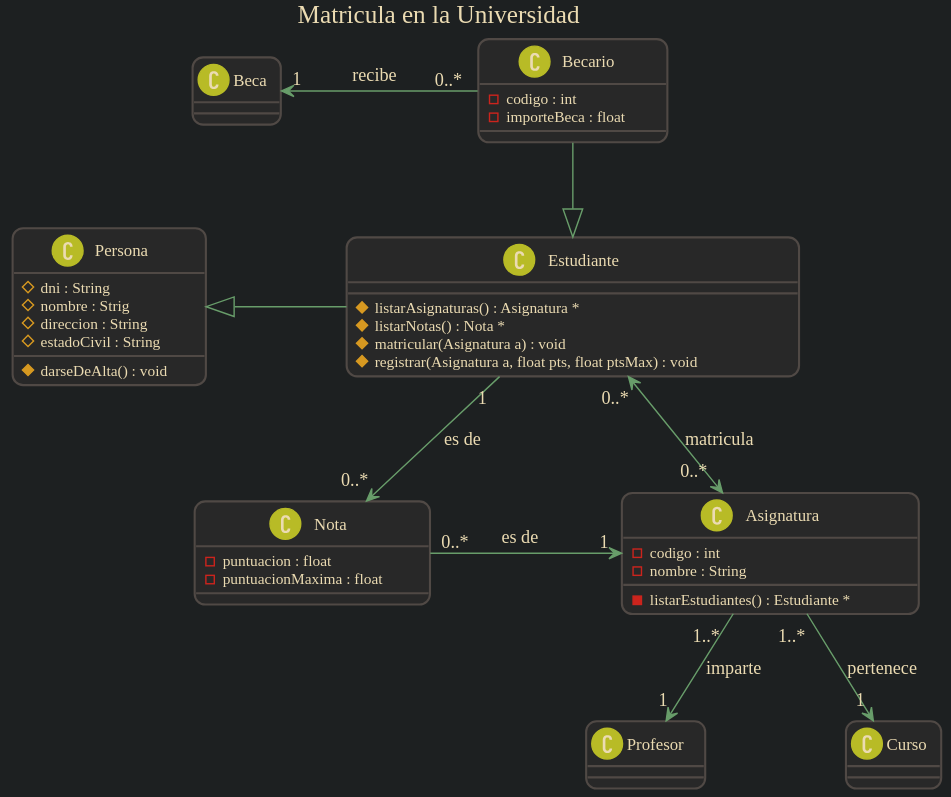
Before: ENDE/Practicas/uml/generated/MatriculaEnLaUniversidad.svg, a diagram exported from PlantUML (s1dam-azarquiel-2021/apuntes-y-practicas). Source of this version:
```plantuml
@startuml
title Matricula en la Universidad

!include plantuml-config.txt

class Persona {
        # dni : String
        # nombre : Strig
        # direccion : String
        # estadoCivil : String
        # darseDeAlta() : void
}

class Estudiante {
        # listarAsignaturas() : Asignatura *
        # listarNotas() : Nota *
        # matricular(Asignatura a) : void
        # registrar(Asignatura a, float pts, float ptsMax) : void
}

class Asignatura {
        - codigo : int
        - nombre : String
        - listarEstudiantes() : Estudiante *
}

class Nota {
        - puntuacion : float
        - puntuacionMaxima : float
}

class Becario {
        - codigo : int
        - importeBeca : float
}

class Beca
class Profesor
class Curso

skinparam Nodesep 100

Persona <|- Estudiante

Estudiante <|-u- Becario
Estudiante "0..*" <--> "0..*" Asignatura : matricula

Becario "0..*" -l> "1" Beca : recibe

Asignatura "1..*" --> "1" Profesor : imparte
Asignatura "1..*" --> "1" Curso : pertenece

Nota "0..*" -r-> "1" Asignatura : es de
Nota "0..*" <-u- "1" Estudiante : es de
@enduml
```
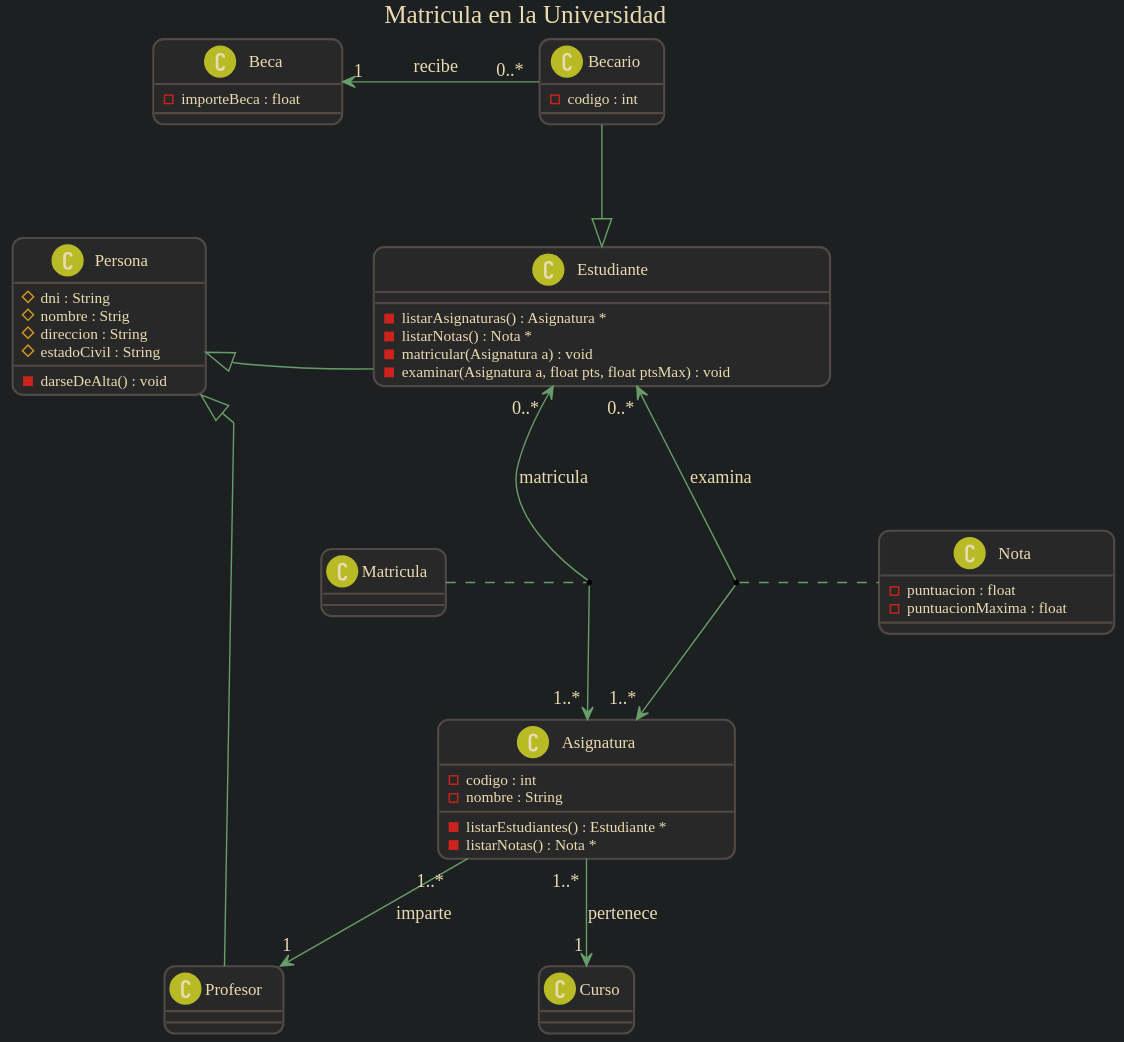
Later version of the same file.

Commit message:
[refactor] Corrected Ejercicio2 - uml

Diff of the diagram source:
```diff
@@ -8,20 +8,21 @@
         # nombre : Strig
         # direccion : String
         # estadoCivil : String
-        # darseDeAlta() : void
+        - darseDeAlta() : void
 }
 
 class Estudiante {
-        # listarAsignaturas() : Asignatura *
-        # listarNotas() : Nota *
-        # matricular(Asignatura a) : void
-        # registrar(Asignatura a, float pts, float ptsMax) : void
+        - listarAsignaturas() : Asignatura *
+        - listarNotas() : Nota *
+        - matricular(Asignatura a) : void
+        - examinar(Asignatura a, float pts, float ptsMax) : void
 }
 
 class Asignatura {
         - codigo : int
         - nombre : String
         - listarEstudiantes() : Estudiante *
+        - listarNotas() : Nota *
 }
 
 class Nota {
@@ -31,10 +32,14 @@
 
 class Becario {
         - codigo : int
+}
+
+class Beca {
         - importeBeca : float
 }
 
-class Beca
+class Matricula
+
 class Profesor
 class Curso
 
@@ -43,13 +48,15 @@
 Persona <|- Estudiante
 
 Estudiante <|-u- Becario
-Estudiante "0..*" <--> "0..*" Asignatura : matricula
+Estudiante "0..*" <--> "1..*" Asignatura : matricula
+(Estudiante,Asignatura) .. Matricula
+Estudiante "0..*" <--> "1..*" Asignatura : examina
+(Estudiante,Asignatura) .. Nota
 
 Becario "0..*" -l> "1" Beca : recibe
 
 Asignatura "1..*" --> "1" Profesor : imparte
 Asignatura "1..*" --> "1" Curso : pertenece
 
-Nota "0..*" -r-> "1" Asignatura : es de
-Nota "0..*" <-u- "1" Estudiante : es de
+Profesor -l-|> Persona
 @enduml
```
